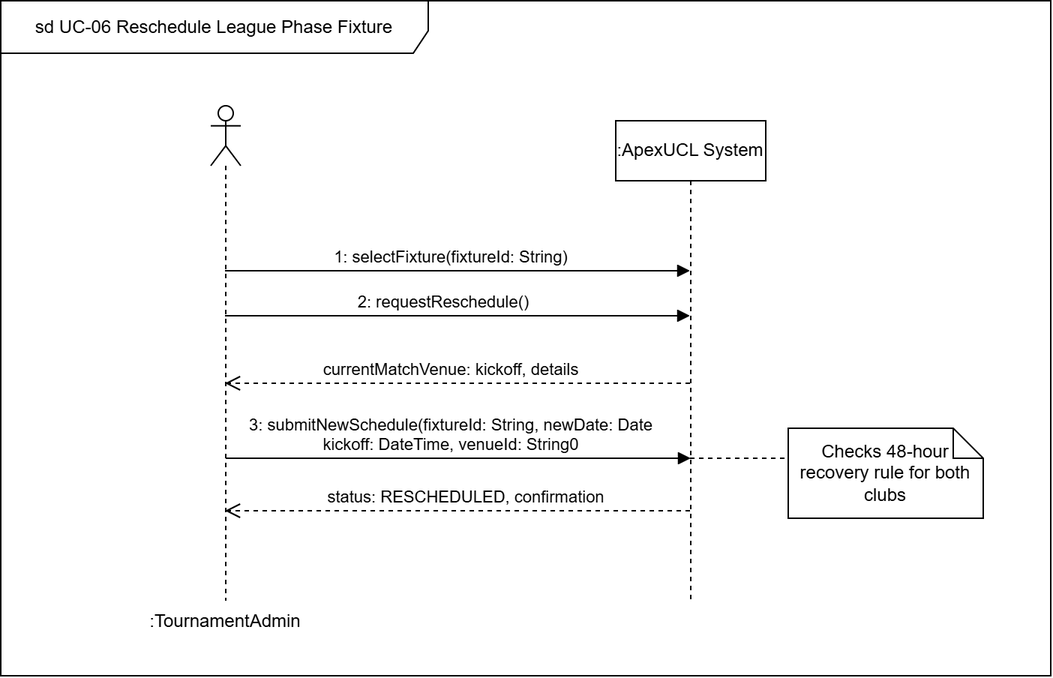
PS128bit/ApexUCL keeps this draw.io diagram as docs/diagrams/ApexUCL_D4_SSDs-SSD_UC-06.drawio.png. Above is the earlier version. Source tidied: cells renumbered, new cells last; positions are measured from the earlier drawing's top-left corner, leaving out a move shared by most shapes. The source it was exported from:
```xml
<mxGraphModel>
  <root>
    <mxCell id="0" />
    <mxCell id="1" parent="0" />
    <mxCell id="2" value="sd UC-06 Reschedule League Phase Fixture" style="shape=umlFrame;whiteSpace=wrap;html=1;width=285;height=35;" parent="1" vertex="1">
      <mxGeometry width="700" height="450" as="geometry" />
    </mxCell>
    <mxCell id="3" value=":TournamentAdmin" style="shape=umlLifeline;perimeter=lifelinePerimeter;whiteSpace=wrap;html=1;outlineConnect=0;portConstraint=eastwest;newEdgeStyle={&quot;edgeStyle&quot;:&quot;sequenceEdgeStyle&quot;,&quot;libavoidRouting&quot;:0,&quot;curved&quot;:0,&quot;rounded&quot;:0};participant=umlActor;labelPosition=center;verticalLabelPosition=bottom;align=center;verticalAlign=top;labelPerimeter=1;" parent="1" vertex="1">
      <mxGeometry x="140" y="70" width="20" height="330" as="geometry" />
    </mxCell>
    <mxCell id="4" style="edgeStyle=sequenceEdgeStyle;rounded=0;jettySize=auto;html=1;libavoidRouting=0;curved=0;defaultLabelBackgroundColor=page;endArrow=none;endFill=0;dashed=1;" parent="1" edge="1" source="5" target="10">
      <mxGeometry relative="1" as="geometry">
        <Array as="points">
          <mxPoint x="495" y="305" />
        </Array>
      </mxGeometry>
    </mxCell>
    <mxCell id="5" value=":ApexUCL System" style="shape=umlLifeline;perimeter=lifelinePerimeter;whiteSpace=wrap;html=1;outlineConnect=0;portConstraint=eastwest;newEdgeStyle={&quot;edgeStyle&quot;:&quot;sequenceEdgeStyle&quot;,&quot;libavoidRouting&quot;:0,&quot;curved&quot;:0,&quot;rounded&quot;:0};" parent="1" vertex="1">
      <mxGeometry x="410" y="80" width="100" height="320" as="geometry" />
    </mxCell>
    <mxCell id="6" value="1: selectFixture(fixtureId: String)" style="html=1;verticalAlign=bottom;endArrow=block;edgeStyle=sequenceEdgeStyle;libavoidRouting=0;curved=0;rounded=0;defaultLabelBackgroundColor=page;" parent="1" edge="1" source="3" target="5">
      <mxGeometry x="-0.03" relative="1" as="geometry">
        <Array as="points">
          <mxPoint x="304.5" y="180" />
        </Array>
        <mxPoint x="-1" as="offset" />
      </mxGeometry>
    </mxCell>
    <mxCell id="7" value="currentMatchVenue: kickoff, details" style="html=1;verticalAlign=bottom;endArrow=open;dashed=1;endSize=8;edgeStyle=sequenceEdgeStyle;libavoidRouting=0;curved=0;rounded=0;defaultLabelBackgroundColor=page;" parent="1" edge="1" source="5" target="3">
      <mxGeometry x="0.03" relative="1" as="geometry">
        <Array as="points">
          <mxPoint x="385" y="255" />
        </Array>
        <mxPoint x="-1" as="offset" />
      </mxGeometry>
    </mxCell>
    <mxCell id="8" value="3: submitNewSchedule(fixtureId: String, newDate: Date&lt;div&gt;kickoff: DateTime, venueId: String0&lt;/div&gt;" style="html=1;verticalAlign=bottom;endArrow=block;edgeStyle=sequenceEdgeStyle;libavoidRouting=0;curved=0;rounded=0;defaultLabelBackgroundColor=page;" parent="1" edge="1">
      <mxGeometry x="-0.03" relative="1" as="geometry">
        <mxPoint x="150" y="305" as="sourcePoint" />
        <mxPoint x="460" y="305" as="targetPoint" />
        <Array as="points">
          <mxPoint x="305" y="305" />
        </Array>
      </mxGeometry>
    </mxCell>
    <mxCell id="9" value="status: RESCHEDULED, confirmation" style="html=1;verticalAlign=bottom;endArrow=open;dashed=1;endSize=8;edgeStyle=sequenceEdgeStyle;libavoidRouting=0;curved=0;rounded=0;defaultLabelBackgroundColor=page;" parent="1" edge="1" source="5" target="3">
      <mxGeometry x="-0.04" relative="1" as="geometry">
        <Array as="points">
          <mxPoint x="304.5" y="340" />
        </Array>
        <mxPoint x="-1" as="offset" />
      </mxGeometry>
    </mxCell>
    <mxCell id="10" value="Checks 48-hour recovery rule for both clubs" style="shape=note;size=20;whiteSpace=wrap;html=1;" parent="1" vertex="1">
      <mxGeometry x="525" y="285" width="130" height="60" as="geometry" />
    </mxCell>
    <mxCell id="11" value="2: requestReschedule()" style="html=1;verticalAlign=bottom;endArrow=block;edgeStyle=sequenceEdgeStyle;libavoidRouting=0;curved=0;rounded=0;defaultLabelBackgroundColor=page;" parent="1" edge="1" source="3" target="5">
      <mxGeometry x="-0.06" relative="1" as="geometry">
        <Array as="points">
          <mxPoint x="302.2" y="210" />
        </Array>
      </mxGeometry>
    </mxCell>
  </root>
</mxGraphModel>
```
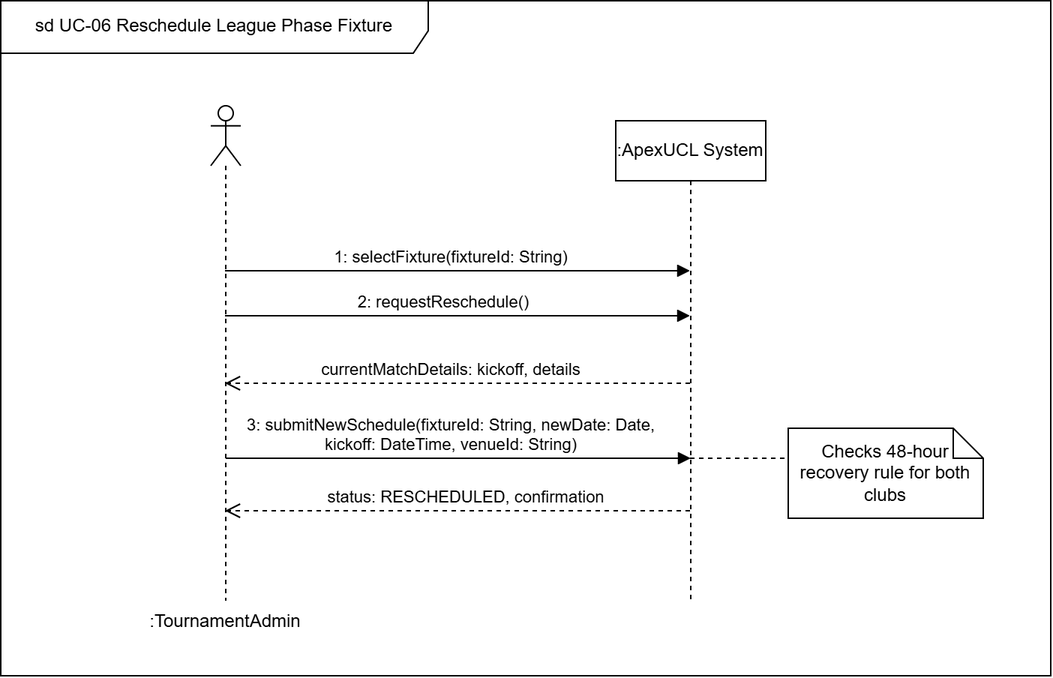
After the change.

What changed in the source:
```diff
@@ -26,7 +26,7 @@
         <mxPoint x="-1" as="offset" />
       </mxGeometry>
     </mxCell>
-    <mxCell id="7" value="currentMatchVenue: kickoff, details" style="html=1;verticalAlign=bottom;endArrow=open;dashed=1;endSize=8;edgeStyle=sequenceEdgeStyle;libavoidRouting=0;curved=0;rounded=0;defaultLabelBackgroundColor=page;" parent="1" edge="1" source="5" target="3">
+    <mxCell id="7" value="currentMatchDetails: kickoff, details" style="html=1;verticalAlign=bottom;endArrow=open;dashed=1;endSize=8;edgeStyle=sequenceEdgeStyle;libavoidRouting=0;curved=0;rounded=0;defaultLabelBackgroundColor=page;" parent="1" edge="1" source="5" target="3">
       <mxGeometry x="0.03" relative="1" as="geometry">
         <Array as="points">
           <mxPoint x="385" y="255" />
@@ -34,7 +34,7 @@
         <mxPoint x="-1" as="offset" />
       </mxGeometry>
     </mxCell>
-    <mxCell id="8" value="3: submitNewSchedule(fixtureId: String, newDate: Date&lt;div&gt;kickoff: DateTime, venueId: String0&lt;/div&gt;" style="html=1;verticalAlign=bottom;endArrow=block;edgeStyle=sequenceEdgeStyle;libavoidRouting=0;curved=0;rounded=0;defaultLabelBackgroundColor=page;" parent="1" edge="1">
+    <mxCell id="8" value="3: submitNewSchedule(fixtureId: String, newDate: Date,&lt;div&gt;kickoff: DateTime, venueId: String)&lt;/div&gt;" style="html=1;verticalAlign=bottom;endArrow=block;edgeStyle=sequenceEdgeStyle;libavoidRouting=0;curved=0;rounded=0;defaultLabelBackgroundColor=page;" parent="1" edge="1">
       <mxGeometry x="-0.03" relative="1" as="geometry">
         <mxPoint x="150" y="305" as="sourcePoint" />
         <mxPoint x="460" y="305" as="targetPoint" />
```
